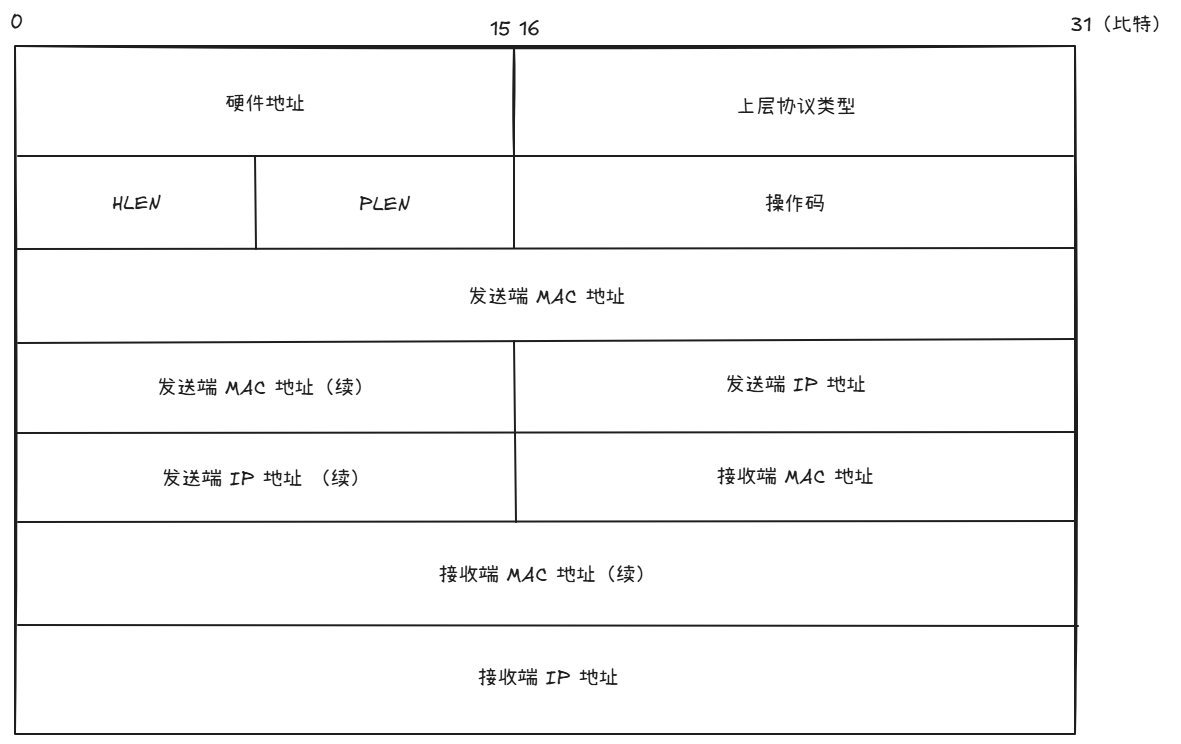
Before: static/Chapter5/ARPDataFormat.png, a diagram exported from Excalidraw (WqhForGitHub/TCP-IP-HTTP). Source tidied: one line per element, renumbered; positions are measured from the earlier drawing's top-left corner, leaving out a move shared by most shapes.
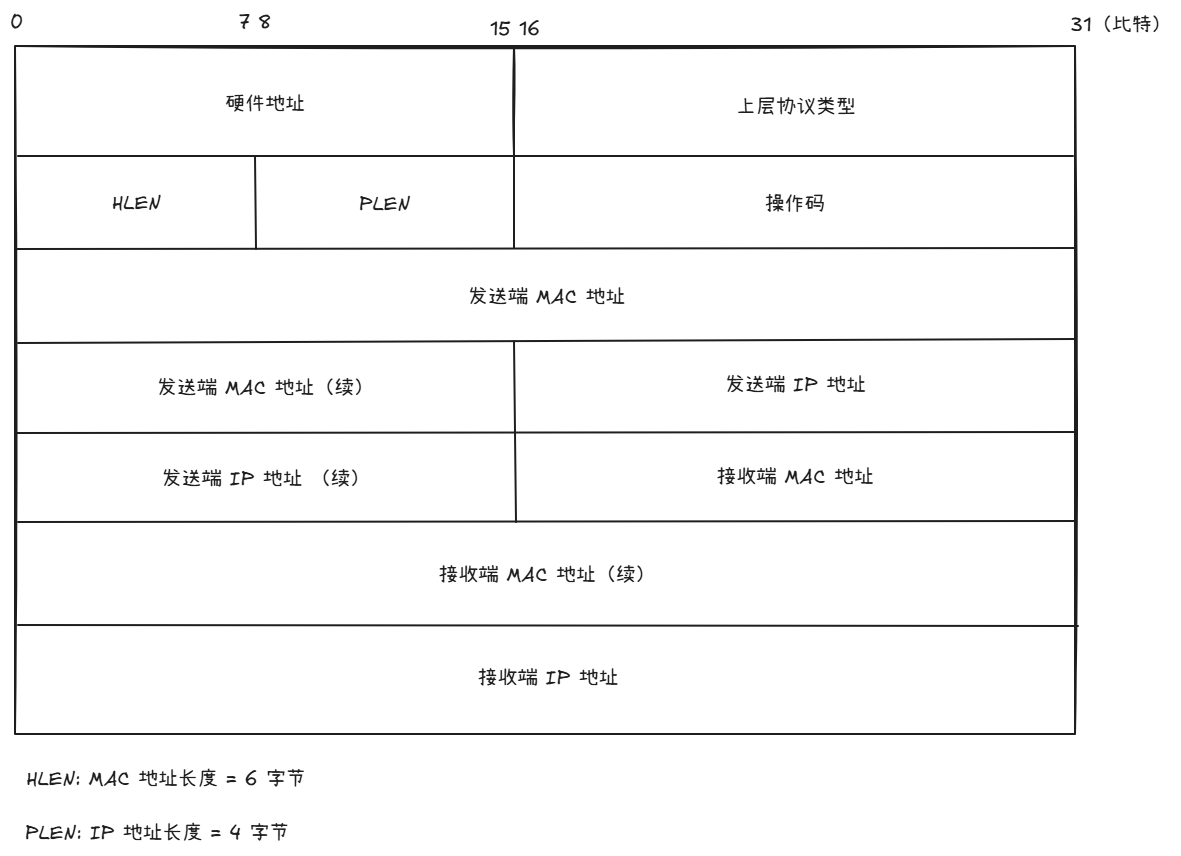
After the change.

Commit message:
提交 ARP 包格式

Change to the diagram source:
```diff
@@ -25,3 +25,6 @@
 {"id": 24, "type": "text", "text": "接收端 MAC 地址（续）", "strokeColor": "#1e1e1e", "strokeWidth": 2, "roughness": 0, "fontSize": 20, "fontFamily": 5, "textAlign": "center", "x": 13, "y": 554, "width": 1049, "height": 25}
 {"id": 25, "type": "line", "strokeColor": "#1e1e1e", "strokeWidth": 2, "roughness": 0, "x": 8, "y": 615, "width": 1060, "height": 1, "points": [[0, 0], [1060, 1]]}
 {"id": 26, "type": "text", "text": "接收端 IP 地址", "strokeColor": "#1e1e1e", "strokeWidth": 2, "roughness": 0, "fontSize": 20, "fontFamily": 5, "textAlign": "center", "x": 12, "y": 656, "width": 1053, "height": 25}
+{"id": 27, "type": "text", "text": "7 8", "strokeColor": "#1e1e1e", "strokeWidth": 2, "roughness": 0, "fontSize": 20, "fontFamily": 5, "textAlign": "center", "x": 228, "y": 0, "width": 33, "height": 25}
+{"id": 28, "type": "text", "text": "HLEN: MAC 地址长度 = 6 字节", "strokeColor": "#1e1e1e", "strokeWidth": 2, "roughness": 0, "fontSize": 20, "fontFamily": 5, "textAlign": "center", "x": 16, "y": 757, "width": 280, "height": 25}
+{"id": 29, "type": "text", "text": "PLEN: IP 地址长度 = 4 字节", "strokeColor": "#1e1e1e", "strokeWidth": 2, "roughness": 0, "fontSize": 20, "fontFamily": 5, "textAlign": "center", "x": 15, "y": 811, "width": 264, "height": 25}
```
